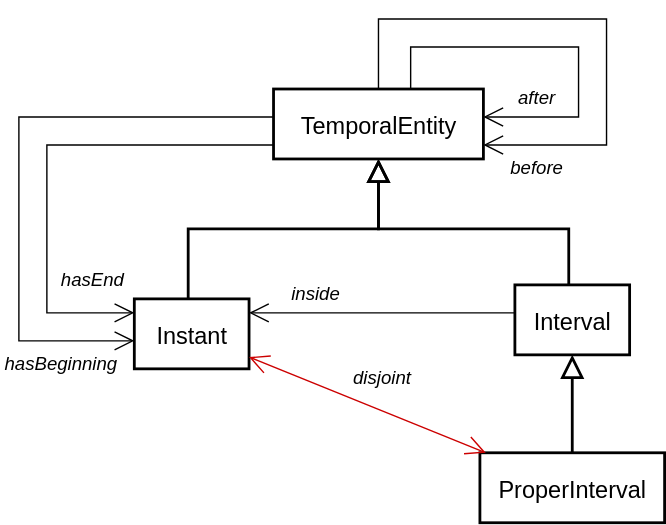
The draw.io diagram images/temporal-entity.svg in w3c/sdw-time, before a commit. Source tidied: cells renumbered, new cells last; positions are measured from the earlier drawing's top-left corner, leaving out a move shared by most shapes. The source it was exported from:
```xml
<mxGraphModel>
  <root>
    <mxCell id="0" />
    <mxCell id="1" parent="0" />
    <mxCell id="2" value="TemporalEntity" style="html=1;overflow=block;blockSpacing=1;whiteSpace=wrap;fontSize=16.8;fontColor=default;align=center;spacing=0;strokeOpacity=100;fillColor=none;strokeWidth=2;strokeColor=default;convertToSvg=1;" parent="1" vertex="1">
      <mxGeometry x="182" y="50" width="150" height="50" as="geometry" />
    </mxCell>
    <mxCell id="3" value="Instant" style="html=1;overflow=block;blockSpacing=1;whiteSpace=wrap;fontSize=16.8;fontColor=default;align=center;spacing=0;strokeOpacity=100;fillColor=none;strokeWidth=2;strokeColor=default;convertToSvg=1;" parent="1" vertex="1">
      <mxGeometry x="82.5" y="200" width="82" height="50" as="geometry" />
    </mxCell>
    <mxCell id="4" style="html=1;jettySize=18;whiteSpace=wrap;fontSize=13;strokeColor=default;strokeOpacity=100;fixDash=1;strokeWidth=2;rounded=0;startArrow=none;endArrow=block;lucidId=XvNQ3zJcAKRb;endFill=0;endSize=12;fontColor=default;convertToSvg=1;edgeStyle=orthogonalEdgeStyle;" parent="1" edge="1" source="3" target="2">
      <mxGeometry relative="1" as="geometry">
        <Array as="points">
          <mxPoint x="121" y="150" />
          <mxPoint x="257" y="150" />
        </Array>
      </mxGeometry>
    </mxCell>
    <mxCell id="5" value="Interval" style="html=1;overflow=block;blockSpacing=1;whiteSpace=wrap;fontSize=16.8;fontColor=default;align=center;spacing=0;strokeOpacity=100;fillColor=none;strokeWidth=2;strokeColor=default;convertToSvg=1;" parent="1" vertex="1">
      <mxGeometry x="354.5" y="190" width="82" height="50" as="geometry" />
    </mxCell>
    <mxCell id="6" value="ProperInterval" style="html=1;overflow=block;blockSpacing=1;whiteSpace=wrap;fontSize=16.8;fontColor=default;align=center;spacing=0;strokeOpacity=100;fillColor=none;strokeWidth=2;strokeColor=default;convertToSvg=1;" parent="1" vertex="1">
      <mxGeometry x="329.5" y="310" width="132" height="50" as="geometry" />
    </mxCell>
    <mxCell id="7" style="html=1;jettySize=18;whiteSpace=wrap;fontSize=13;strokeColor=default;strokeOpacity=100;fixDash=1;strokeWidth=2;rounded=0;startArrow=none;endArrow=block;lucidId=XvNQ3zJcAKRb;endFill=0;endSize=12;fontColor=default;convertToSvg=1;edgeStyle=orthogonalEdgeStyle;" parent="1" edge="1" source="5" target="2">
      <mxGeometry relative="1" as="geometry">
        <Array as="points">
          <mxPoint x="393" y="150" />
          <mxPoint x="257" y="150" />
        </Array>
      </mxGeometry>
    </mxCell>
    <mxCell id="8" style="html=1;jettySize=18;whiteSpace=wrap;fontSize=13;strokeColor=default;strokeOpacity=100;fixDash=1;strokeWidth=2;rounded=0;startArrow=none;endArrow=block;lucidId=XvNQ3zJcAKRb;endFill=0;endSize=12;fontColor=default;convertToSvg=1;" parent="1" edge="1" source="6" target="5">
      <mxGeometry relative="1" as="geometry" />
    </mxCell>
    <mxCell id="9" style="endArrow=open;html=1;rounded=0;endFill=0;endSize=12;strokeWidth=1;edgeStyle=orthogonalEdgeStyle;" parent="1" edge="1" source="2" target="3">
      <mxGeometry relative="1" as="geometry">
        <Array as="points">
          <mxPoint x="20" y="90" />
          <mxPoint x="20" y="210" />
        </Array>
      </mxGeometry>
    </mxCell>
    <mxCell id="10" style="endArrow=open;html=1;rounded=0;endFill=0;endSize=12;strokeWidth=1;edgeStyle=orthogonalEdgeStyle;" parent="1" edge="1" source="2" target="3">
      <mxGeometry relative="1" as="geometry">
        <Array as="points">
          <mxPoint y="70" />
          <mxPoint y="230" />
        </Array>
      </mxGeometry>
    </mxCell>
    <mxCell id="11" style="endArrow=open;html=1;rounded=0;endFill=0;endSize=12;strokeWidth=1;edgeStyle=orthogonalEdgeStyle;" parent="1" edge="1" source="2" target="2">
      <mxGeometry relative="1" as="geometry">
        <Array as="points">
          <mxPoint x="280" y="20" />
          <mxPoint x="400" y="20" />
          <mxPoint x="400" y="70" />
        </Array>
      </mxGeometry>
    </mxCell>
    <mxCell id="12" style="endArrow=open;html=1;rounded=0;endFill=0;endSize=12;strokeWidth=1;edgeStyle=orthogonalEdgeStyle;" parent="1" edge="1" source="2" target="2">
      <mxGeometry relative="1" as="geometry">
        <Array as="points">
          <mxPoint x="257" />
          <mxPoint x="420" />
          <mxPoint x="420" y="90" />
        </Array>
      </mxGeometry>
    </mxCell>
    <mxCell id="13" value="before" style="html=1;overflow=block;blockSpacing=1;whiteSpace=wrap;fontSize=13.3;fontStyle=2;align=center;spacing=3.8;verticalAlign=middle;strokeColor=none;fillOpacity=0;fillColor=#ffffff;dashed=1;fixDash=1;dashPattern=16 6;strokeWidth=2;lucidId=0ZtLoD1I2n68;fontColor=default;convertToSvg=1;" parent="1" vertex="1">
      <mxGeometry x="340" y="90" width="60" height="30" as="geometry" />
    </mxCell>
    <mxCell id="14" value="after" style="html=1;overflow=block;blockSpacing=1;whiteSpace=wrap;fontSize=13.3;fontStyle=2;align=center;spacing=3.8;verticalAlign=middle;strokeColor=none;fillOpacity=0;fillColor=#ffffff;dashed=1;fixDash=1;dashPattern=16 6;strokeWidth=2;lucidId=0ZtLoD1I2n68;fontColor=default;convertToSvg=1;" parent="1" vertex="1">
      <mxGeometry x="345" y="40" width="50" height="30" as="geometry" />
    </mxCell>
    <mxCell id="15" value="hasEnd" style="html=1;overflow=block;blockSpacing=1;whiteSpace=wrap;fontSize=13.3;fontStyle=2;align=center;spacing=3.8;verticalAlign=middle;strokeColor=none;fillOpacity=0;fillColor=#ffffff;dashed=1;fixDash=1;dashPattern=16 6;strokeWidth=2;lucidId=0ZtLoD1I2n68;fontColor=default;convertToSvg=1;" parent="1" vertex="1">
      <mxGeometry x="22.5" y="170" width="60" height="30" as="geometry" />
    </mxCell>
    <mxCell id="16" value="hasBeginning" style="html=1;overflow=block;blockSpacing=1;whiteSpace=wrap;fontSize=13.3;fontStyle=2;align=center;spacing=3.8;verticalAlign=middle;strokeColor=none;fillOpacity=0;fillColor=#ffffff;dashed=1;fixDash=1;dashPattern=16 6;strokeWidth=2;lucidId=0ZtLoD1I2n68;fontColor=default;convertToSvg=1;" parent="1" vertex="1">
      <mxGeometry y="230" width="60" height="30" as="geometry" />
    </mxCell>
    <mxCell id="17" style="endArrow=open;html=1;rounded=0;endFill=0;endSize=12;strokeWidth=1;edgeStyle=orthogonalEdgeStyle;" parent="1" edge="1" source="5" target="3">
      <mxGeometry relative="1" as="geometry">
        <Array as="points">
          <mxPoint x="282.5" y="210" />
          <mxPoint x="282.5" y="210" />
        </Array>
      </mxGeometry>
    </mxCell>
    <mxCell id="18" value="inside" style="html=1;overflow=block;blockSpacing=1;whiteSpace=wrap;fontSize=13.3;fontStyle=2;align=center;spacing=3.8;verticalAlign=middle;strokeColor=none;fillOpacity=0;fillColor=#ffffff;dashed=1;fixDash=1;dashPattern=16 6;strokeWidth=2;lucidId=0ZtLoD1I2n68;fontColor=default;convertToSvg=1;" parent="1" vertex="1">
      <mxGeometry x="182" y="180" width="60" height="30" as="geometry" />
    </mxCell>
    <mxCell id="19" style="endArrow=open;html=1;rounded=0;endFill=0;endSize=12;strokeWidth=1;startArrow=open;startFill=0;startSize=12;strokeColor=#CC0000;" parent="1" edge="1" source="6" target="3">
      <mxGeometry relative="1" as="geometry" />
    </mxCell>
    <mxCell id="20" value="disjoint" style="html=1;overflow=block;blockSpacing=1;whiteSpace=wrap;fontSize=13.3;fontStyle=2;align=center;spacing=3.8;verticalAlign=middle;strokeColor=none;fillOpacity=0;fillColor=#ffffff;dashed=1;fixDash=1;dashPattern=16 6;strokeWidth=2;lucidId=0ZtLoD1I2n68;fontColor=default;convertToSvg=1;" parent="1" vertex="1">
      <mxGeometry x="229.5" y="240" width="60" height="30" as="geometry" />
    </mxCell>
  </root>
</mxGraphModel>
```
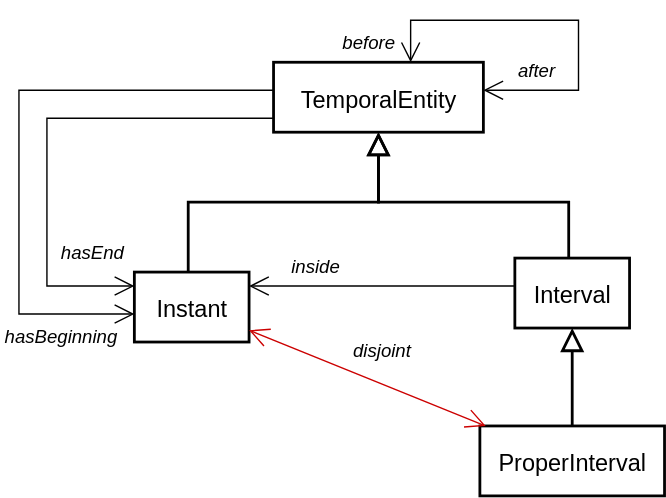
Later version of the same file.

Commit message:
before/after inverses

The edit, as a diff of the source:
```diff
@@ -49,7 +49,7 @@
         </Array>
       </mxGeometry>
     </mxCell>
-    <mxCell id="11" style="endArrow=open;html=1;rounded=0;endFill=0;endSize=12;strokeWidth=1;edgeStyle=orthogonalEdgeStyle;" parent="1" edge="1" source="2" target="2">
+    <mxCell id="11" style="endArrow=open;html=1;rounded=0;endFill=0;endSize=12;strokeWidth=1;edgeStyle=orthogonalEdgeStyle;startArrow=open;startFill=0;startSize=12;" parent="1" edge="1" source="2" target="2">
       <mxGeometry relative="1" as="geometry">
         <Array as="points">
           <mxPoint x="280" y="20" />
@@ -58,17 +58,8 @@
         </Array>
       </mxGeometry>
     </mxCell>
-    <mxCell id="12" style="endArrow=open;html=1;rounded=0;endFill=0;endSize=12;strokeWidth=1;edgeStyle=orthogonalEdgeStyle;" parent="1" edge="1" source="2" target="2">
-      <mxGeometry relative="1" as="geometry">
-        <Array as="points">
-          <mxPoint x="257" />
-          <mxPoint x="420" />
-          <mxPoint x="420" y="90" />
-        </Array>
-      </mxGeometry>
-    </mxCell>
     <mxCell id="13" value="before" style="html=1;overflow=block;blockSpacing=1;whiteSpace=wrap;fontSize=13.3;fontStyle=2;align=center;spacing=3.8;verticalAlign=middle;strokeColor=none;fillOpacity=0;fillColor=#ffffff;dashed=1;fixDash=1;dashPattern=16 6;strokeWidth=2;lucidId=0ZtLoD1I2n68;fontColor=default;convertToSvg=1;" parent="1" vertex="1">
-      <mxGeometry x="340" y="90" width="60" height="30" as="geometry" />
+      <mxGeometry x="220" y="20" width="60" height="30" as="geometry" />
     </mxCell>
     <mxCell id="14" value="after" style="html=1;overflow=block;blockSpacing=1;whiteSpace=wrap;fontSize=13.3;fontStyle=2;align=center;spacing=3.8;verticalAlign=middle;strokeColor=none;fillOpacity=0;fillColor=#ffffff;dashed=1;fixDash=1;dashPattern=16 6;strokeWidth=2;lucidId=0ZtLoD1I2n68;fontColor=default;convertToSvg=1;" parent="1" vertex="1">
       <mxGeometry x="345" y="40" width="50" height="30" as="geometry" />
```
